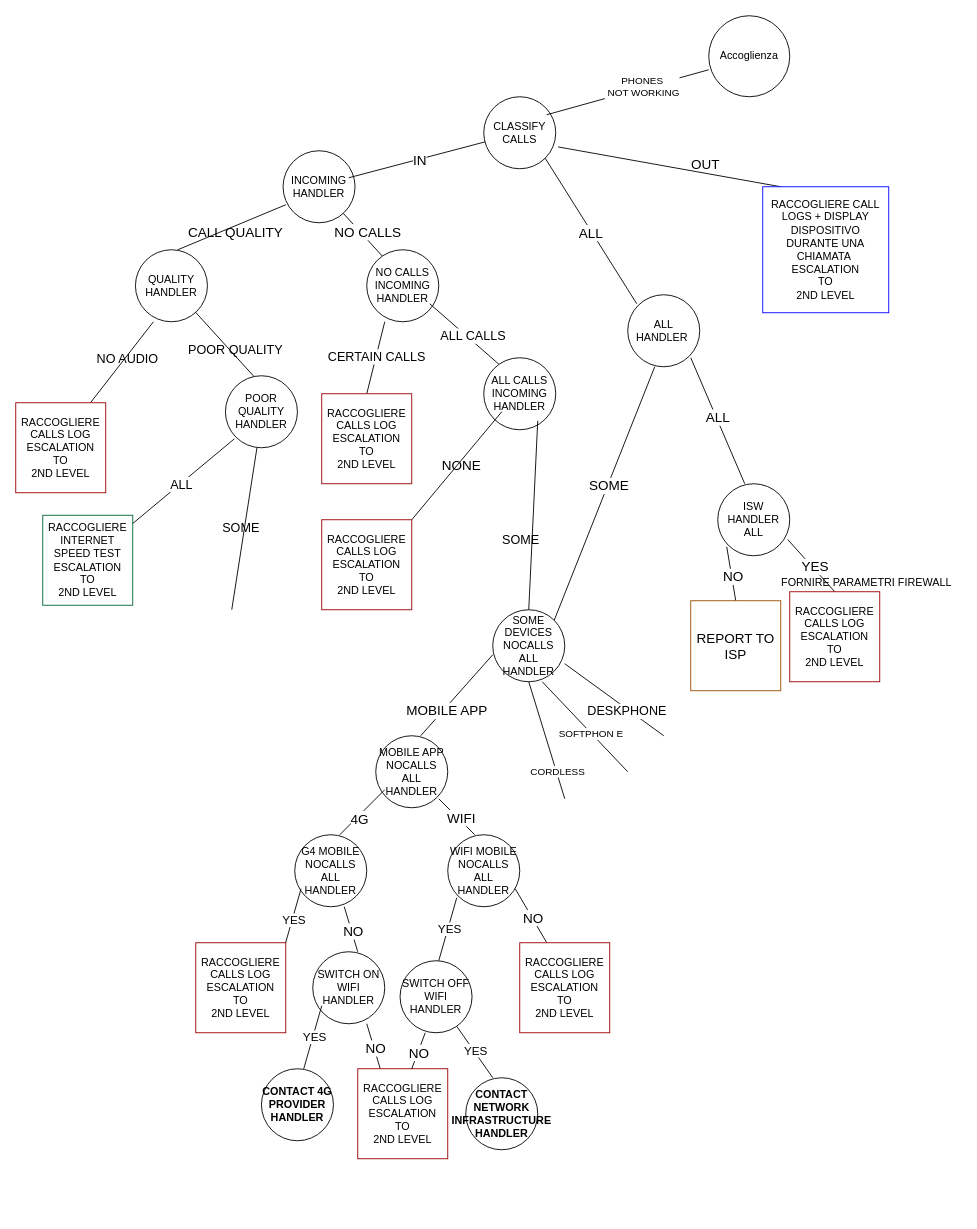
gormitiliberi/serverless-rag-demo keeps this draw.io diagram as Diagramma senza titolo.drawio. Above is the earlier version. Source tidied: cells renumbered, new cells numbered last; positions are measured from the earlier drawing's top-left corner, leaving out a move shared by most shapes. Both pictures are drawn from the tidied source at 90%, with x=0, y=0 at pixel (15, 15).
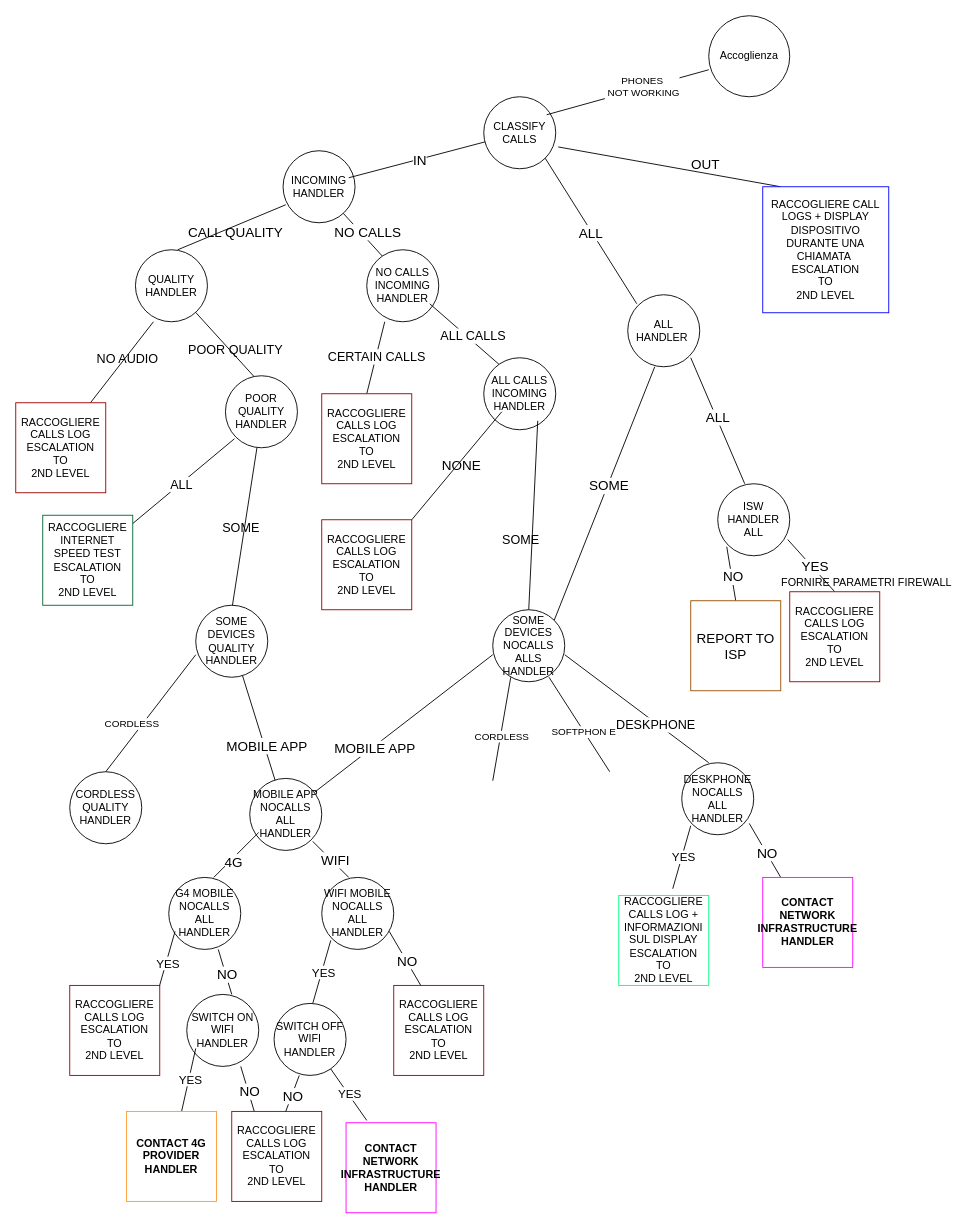
Above is the later version.

What changed in the source:
```diff
@@
-    <mxCell id="48" value="SOME DEVICES NOCALLS ALL HANDLER" style="ellipse;whiteSpace=wrap;html=1;" parent="1" vertex="1">
+    <mxCell id="48" value="SOME DEVICES NOCALLS ALLS HANDLER" style="ellipse;whiteSpace=wrap;html=1;" parent="1" vertex="1">
       <mxGeometry x="530" y="660" width="80" height="80" as="geometry" />
     </mxCell>
@@
-    <mxCell id="57" style="endArrow=none;html=1;rounded=0;" parent="1" edge="1">
+    <mxCell id="57" style="endArrow=none;html=1;rounded=0;" parent="1" edge="1" source="65">
       <mxGeometry relative="1" as="geometry">
-        <mxPoint x="450" y="800" as="sourcePoint" />
         <mxPoint x="530" y="710" as="targetPoint" />
       </mxGeometry>
     </mxCell>
@@
     <mxCell id="59" style="endArrow=none;html=1;rounded=0;" parent="1" edge="1">
       <mxGeometry relative="1" as="geometry">
-        <mxPoint x="610" y="870" as="sourcePoint" />
-        <mxPoint x="570" y="740" as="targetPoint" />
+        <mxPoint x="530" y="850" as="sourcePoint" />
+        <mxPoint x="550" y="735" as="targetPoint" />
       </mxGeometry>
     </mxCell>
     <mxCell id="60" value="CORDLESS" style="edgeLabel;html=1;align=center;verticalAlign=middle;" parent="59" vertex="1">
-      <mxGeometry x="-0.53" y="-1" relative="1" as="geometry" />
+      <mxGeometry x="-0.53" y="-1" relative="1" as="geometry">
+        <mxPoint x="4" y="-23" as="offset" />
+      </mxGeometry>
     </mxCell>
     <mxCell id="61" style="endArrow=none;html=1;rounded=0;" parent="1" edge="1">
       <mxGeometry relative="1" as="geometry">
-        <mxPoint x="680" y="840" as="sourcePoint" />
-        <mxPoint x="585" y="740" as="targetPoint" />
+        <mxPoint x="660" y="840" as="sourcePoint" />
+        <mxPoint x="592.5" y="735" as="targetPoint" />
       </mxGeometry>
     </mxCell>
@@
     <mxCell id="63" style="endArrow=none;html=1;rounded=0;" parent="1" edge="1">
       <mxGeometry relative="1" as="geometry">
-        <mxPoint x="720" y="800" as="sourcePoint" />
-        <mxPoint x="610" y="720" as="targetPoint" />
+        <mxPoint x="770" y="830" as="sourcePoint" />
+        <mxPoint x="610" y="710" as="targetPoint" />
       </mxGeometry>
     </mxCell>
@@
     <mxCell id="65" value="MOBILE APP NOCALLS ALL HANDLER" style="ellipse;whiteSpace=wrap;html=1;" parent="1" vertex="1">
-      <mxGeometry x="400" y="800" width="80" height="80" as="geometry" />
+      <mxGeometry x="260" y="847.4" width="80" height="80" as="geometry" />
     </mxCell>
     <mxCell id="66" style="endArrow=none;html=1;rounded=0;" parent="1" edge="1">
       <mxGeometry relative="1" as="geometry">
-        <mxPoint x="360" y="910" as="sourcePoint" />
-        <mxPoint x="410" y="860" as="targetPoint" />
+        <mxPoint x="220" y="957.4" as="sourcePoint" />
+        <mxPoint x="270" y="907.4" as="targetPoint" />
       </mxGeometry>
     </mxCell>
@@
     <mxCell id="68" style="endArrow=none;html=1;rounded=0;" parent="1" edge="1">
       <mxGeometry relative="1" as="geometry">
-        <mxPoint x="510" y="910" as="sourcePoint" />
-        <mxPoint x="470" y="870" as="targetPoint" />
+        <mxPoint x="370" y="957.4" as="sourcePoint" />
+        <mxPoint x="330" y="917.4" as="targetPoint" />
       </mxGeometry>
     </mxCell>
@@
     <mxCell id="70" value="G4 MOBILE NOCALLS ALL HANDLER" style="ellipse;whiteSpace=wrap;html=1;" parent="1" vertex="1">
-      <mxGeometry x="310" y="910" width="80" height="80" as="geometry" />
+      <mxGeometry x="170" y="957.4" width="80" height="80" as="geometry" />
     </mxCell>
     <mxCell id="71" value="WIFI MOBILE NOCALLS ALL HANDLER" style="ellipse;whiteSpace=wrap;html=1;" parent="1" vertex="1">
-      <mxGeometry x="480" y="910" width="80" height="80" as="geometry" />
+      <mxGeometry x="340" y="957.4" width="80" height="80" as="geometry" />
     </mxCell>
     <mxCell id="72" style="endArrow=none;html=1;rounded=0;" parent="1" edge="1">
       <mxGeometry relative="1" as="geometry">
-        <mxPoint x="590" y="1030" as="sourcePoint" />
-        <mxPoint x="555" y="970" as="targetPoint" />
+        <mxPoint x="450" y="1077.4" as="sourcePoint" />
+        <mxPoint x="415" y="1017.4" as="targetPoint" />
       </mxGeometry>
     </mxCell>
@@
     <mxCell id="74" style="endArrow=none;html=1;rounded=0;entryX=0.972;entryY=0.775;entryDx=0;entryDy=0;entryPerimeter=0;" parent="1" edge="1">
       <mxGeometry relative="1" as="geometry">
-        <mxPoint x="470" y="1050" as="sourcePoint" />
-        <mxPoint x="490" y="980" as="targetPoint" />
+        <mxPoint x="330" y="1097.4" as="sourcePoint" />
+        <mxPoint x="350" y="1027.4" as="targetPoint" />
       </mxGeometry>
     </mxCell>
@@
     <mxCell id="76" value="SWITCH OFF WIFI HANDLER" style="ellipse;whiteSpace=wrap;html=1;" parent="1" vertex="1">
-      <mxGeometry x="427" y="1050" width="80" height="80" as="geometry" />
+      <mxGeometry x="287" y="1097.4" width="80" height="80" as="geometry" />
     </mxCell>
     <mxCell id="77" style="endArrow=none;html=1;rounded=0;entryX=0.972;entryY=0.775;entryDx=0;entryDy=0;entryPerimeter=0;" parent="1" edge="1">
       <mxGeometry relative="1" as="geometry">
-        <mxPoint x="297" y="1040" as="sourcePoint" />
-        <mxPoint x="317" y="970" as="targetPoint" />
+        <mxPoint x="157" y="1087.4" as="sourcePoint" />
+        <mxPoint x="177" y="1017.4" as="targetPoint" />
       </mxGeometry>
     </mxCell>
@@
     <mxCell id="79" style="endArrow=none;html=1;rounded=0;" parent="1" edge="1">
       <mxGeometry relative="1" as="geometry">
-        <mxPoint x="380" y="1040" as="sourcePoint" />
-        <mxPoint x="365" y="990" as="targetPoint" />
+        <mxPoint x="240" y="1087.4" as="sourcePoint" />
+        <mxPoint x="225" y="1037.4" as="targetPoint" />
       </mxGeometry>
     </mxCell>
@@
     <mxCell id="81" value="SWITCH ON WIFI HANDLER" style="ellipse;whiteSpace=wrap;html=1;" parent="1" vertex="1">
-      <mxGeometry x="330" y="1040" width="80" height="80" as="geometry" />
+      <mxGeometry x="190" y="1087.4" width="80" height="80" as="geometry" />
     </mxCell>
-    <mxCell id="82" style="endArrow=none;html=1;rounded=0;entryX=0.972;entryY=0.775;entryDx=0;entryDy=0;entryPerimeter=0;" parent="1" edge="1">
+    <mxCell id="82" style="endArrow=none;html=1;rounded=0;entryX=0.972;entryY=0.775;entryDx=0;entryDy=0;entryPerimeter=0;" parent="1" edge="1" source="86">
       <mxGeometry relative="1" as="geometry">
-        <mxPoint x="320" y="1170" as="sourcePoint" />
-        <mxPoint x="340" y="1100" as="targetPoint" />
+        <mxPoint x="200" y="1147.4" as="targetPoint" />
       </mxGeometry>
     </mxCell>
@@
     <mxCell id="84" style="endArrow=none;html=1;rounded=0;" parent="1" edge="1">
       <mxGeometry relative="1" as="geometry">
-        <mxPoint x="405" y="1170" as="sourcePoint" />
-        <mxPoint x="390" y="1120" as="targetPoint" />
+        <mxPoint x="265" y="1217.4" as="sourcePoint" />
+        <mxPoint x="250" y="1167.4" as="targetPoint" />
       </mxGeometry>
     </mxCell>
@@
-    <mxCell id="86" value="CONTACT 4G PROVIDER HANDLER" style="ellipse;whiteSpace=wrap;html=1;fontStyle=1;" parent="1" vertex="1">
-      <mxGeometry x="273" y="1170" width="80" height="80" as="geometry" />
-    </mxCell>
     <mxCell id="87" value="RACCOGLIERE CALLS LOG&lt;br&gt;ESCALATION &lt;br&gt;TO&lt;br&gt;2ND LEVEL" style="whiteSpace=wrap;html=1;strokeColor=#990000;" parent="1" vertex="1">
-      <mxGeometry x="200" y="1030" width="100" height="100" as="geometry" />
+      <mxGeometry x="60" y="1077.4" width="100" height="100" as="geometry" />
     </mxCell>
     <mxCell id="88" value="RACCOGLIERE CALLS LOG&lt;br&gt;ESCALATION &lt;br&gt;TO&lt;br&gt;2ND LEVEL" style="whiteSpace=wrap;html=1;strokeColor=#990000;" parent="1" vertex="1">
-      <mxGeometry x="380" y="1170" width="100" height="100" as="geometry" />
+      <mxGeometry x="240" y="1217.4" width="100" height="100" as="geometry" />
     </mxCell>
     <mxCell id="89" value="RACCOGLIERE CALLS LOG&lt;br&gt;ESCALATION &lt;br&gt;TO&lt;br&gt;2ND LEVEL" style="whiteSpace=wrap;html=1;strokeColor=#990000;" parent="1" vertex="1">
-      <mxGeometry x="560" y="1030" width="100" height="100" as="geometry" />
+      <mxGeometry x="420" y="1077.4" width="100" height="100" as="geometry" />
     </mxCell>
     <mxCell id="90" style="endArrow=none;html=1;rounded=0;exitX=0.6;exitY=0;exitDx=0;exitDy=0;exitPerimeter=0;" parent="1" edge="1" source="88">
       <mxGeometry relative="1" as="geometry">
-        <mxPoint x="455" y="1130" as="targetPoint" />
+        <mxPoint x="315" y="1177.4" as="targetPoint" />
       </mxGeometry>
     </mxCell>
@@
     <mxCell id="92" style="endArrow=none;html=1;rounded=0;" parent="1" edge="1" target="76">
       <mxGeometry relative="1" as="geometry">
-        <mxPoint x="530" y="1180" as="sourcePoint" />
+        <mxPoint x="390" y="1227.4" as="sourcePoint" />
       </mxGeometry>
     </mxCell>
@@
-    <mxCell id="94" value="CONTACT NETWORK INFRASTRUCTURE HANDLER" style="ellipse;whiteSpace=wrap;html=1;fontStyle=1;" parent="1" vertex="1">
-      <mxGeometry x="500" y="1180" width="80" height="80" as="geometry" />
-    </mxCell>
+    <mxCell id="95" value="SOME DEVICES QUALITY HANDLER" style="ellipse;whiteSpace=wrap;html=1;" parent="1" vertex="1">
+      <mxGeometry x="200" y="655" width="80" height="80" as="geometry" />
+    </mxCell>
+    <mxCell id="96" style="endArrow=none;html=1;rounded=0;" parent="1" edge="1" source="65" target="95">
+      <mxGeometry relative="1" as="geometry" />
+    </mxCell>
+    <mxCell id="97" value="&lt;font style=&quot;font-size: 15px;&quot;&gt;MOBILE APP&lt;/font&gt;" style="edgeLabel;html=1;align=center;verticalAlign=middle;" parent="96" vertex="1">
+      <mxGeometry x="-0.34" y="-2" relative="1" as="geometry" />
+    </mxCell>
+    <mxCell id="98" value="DESKPHONE NOCALLS ALL HANDLER" style="ellipse;whiteSpace=wrap;html=1;" parent="1" vertex="1">
+      <mxGeometry x="740" y="830" width="80" height="80" as="geometry" />
+    </mxCell>
+    <mxCell id="99" style="endArrow=none;html=1;rounded=0;entryX=0.972;entryY=0.775;entryDx=0;entryDy=0;entryPerimeter=0;" parent="1" edge="1">
+      <mxGeometry relative="1" as="geometry">
+        <mxPoint x="730" y="970" as="sourcePoint" />
+        <mxPoint x="750" y="900" as="targetPoint" />
+      </mxGeometry>
+    </mxCell>
+    <mxCell id="100" value="&lt;font style=&quot;font-size: 13px;&quot;&gt;YES&lt;/font&gt;" style="edgeLabel;html=1;align=center;verticalAlign=middle;" parent="99" vertex="1">
+      <mxGeometry x="0.03" y="-1" relative="1" as="geometry" />
+    </mxCell>
+    <mxCell id="101" style="endArrow=none;html=1;rounded=0;" parent="1" edge="1">
+      <mxGeometry relative="1" as="geometry">
+        <mxPoint x="850" y="957.4" as="sourcePoint" />
+        <mxPoint x="815" y="897.4" as="targetPoint" />
+      </mxGeometry>
+    </mxCell>
+    <mxCell id="102" value="&lt;font style=&quot;font-size: 15px;&quot;&gt;NO&lt;/font&gt;" style="edgeLabel;html=1;align=center;verticalAlign=middle;" parent="101" vertex="1">
+      <mxGeometry x="-0.07" y="-1" relative="1" as="geometry" />
+    </mxCell>
+    <mxCell id="103" value="&lt;span style=&quot;font-weight: 700;&quot;&gt;CONTACT NETWORK INFRASTRUCTURE HANDLER&lt;/span&gt;" style="whiteSpace=wrap;html=1;strokeColor=#FF00FF;" parent="1" vertex="1">
+      <mxGeometry x="367" y="1230" width="100" height="100" as="geometry" />
+    </mxCell>
+    <mxCell id="104" value="&lt;span style=&quot;font-weight: 700;&quot;&gt;CONTACT NETWORK INFRASTRUCTURE HANDLER&lt;/span&gt;" style="whiteSpace=wrap;html=1;strokeColor=#FF00FF;" parent="1" vertex="1">
+      <mxGeometry x="830" y="957.4" width="100" height="100" as="geometry" />
+    </mxCell>
+    <mxCell id="105" style="endArrow=none;html=1;rounded=0;entryX=0.972;entryY=0.775;entryDx=0;entryDy=0;entryPerimeter=0;" parent="1" edge="1" target="86">
+      <mxGeometry relative="1" as="geometry">
+        <mxPoint x="180" y="1217.4" as="sourcePoint" />
+      </mxGeometry>
+    </mxCell>
+    <mxCell id="86" value="&lt;span style=&quot;font-weight: 700;&quot;&gt;CONTACT 4G PROVIDER HANDLER&lt;/span&gt;" style="whiteSpace=wrap;html=1;strokeColor=#FF9933;" parent="1" vertex="1">
+      <mxGeometry x="123" y="1217.4" width="100" height="100" as="geometry" />
+    </mxCell>
+    <mxCell id="106" style="endArrow=none;html=1;rounded=0;" parent="1" edge="1">
+      <mxGeometry relative="1" as="geometry">
+        <mxPoint x="100" y="840" as="sourcePoint" />
+        <mxPoint x="200" y="710" as="targetPoint" />
+      </mxGeometry>
+    </mxCell>
+    <mxCell id="107" value="CORDLESS" style="edgeLabel;html=1;align=center;verticalAlign=middle;" parent="106" vertex="1">
+      <mxGeometry x="-0.53" y="-1" relative="1" as="geometry">
+        <mxPoint x="4" y="-23" as="offset" />
+      </mxGeometry>
+    </mxCell>
+    <mxCell id="108" value="CORDLESS QUALITY HANDLER" style="ellipse;whiteSpace=wrap;html=1;" parent="1" vertex="1">
+      <mxGeometry x="60" y="840" width="80" height="80" as="geometry" />
+    </mxCell>
+    <mxCell id="109" value="RACCOGLIERE CALLS LOG + INFORMAZIONI SUL DISPLAY&lt;br&gt;ESCALATION &lt;br&gt;TO&lt;br&gt;2ND LEVEL" style="whiteSpace=wrap;html=1;strokeColor=#00FF80;" parent="1" vertex="1">
+      <mxGeometry x="670" y="977.4" width="100" height="100" as="geometry" />
+    </mxCell>
```
